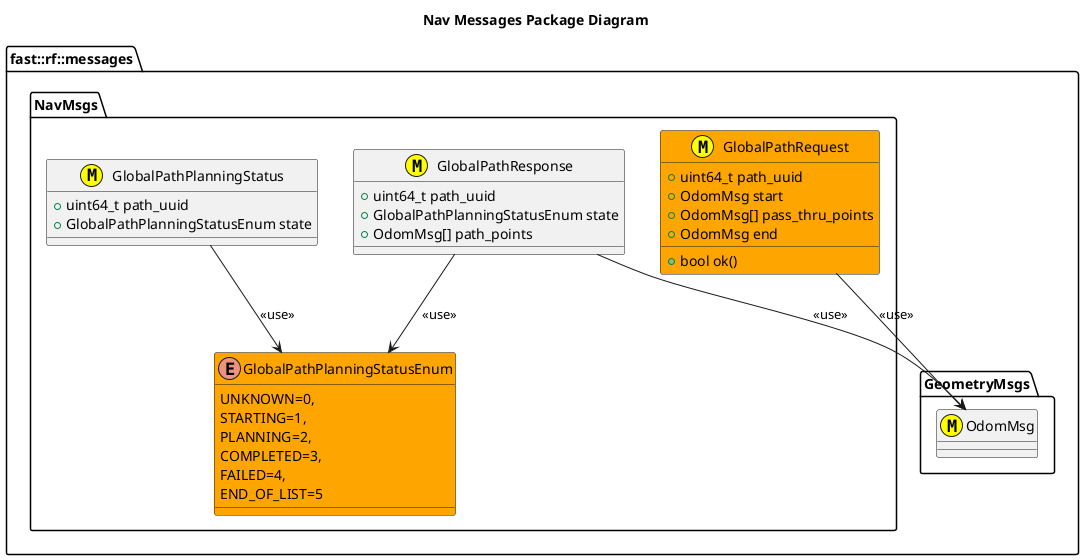
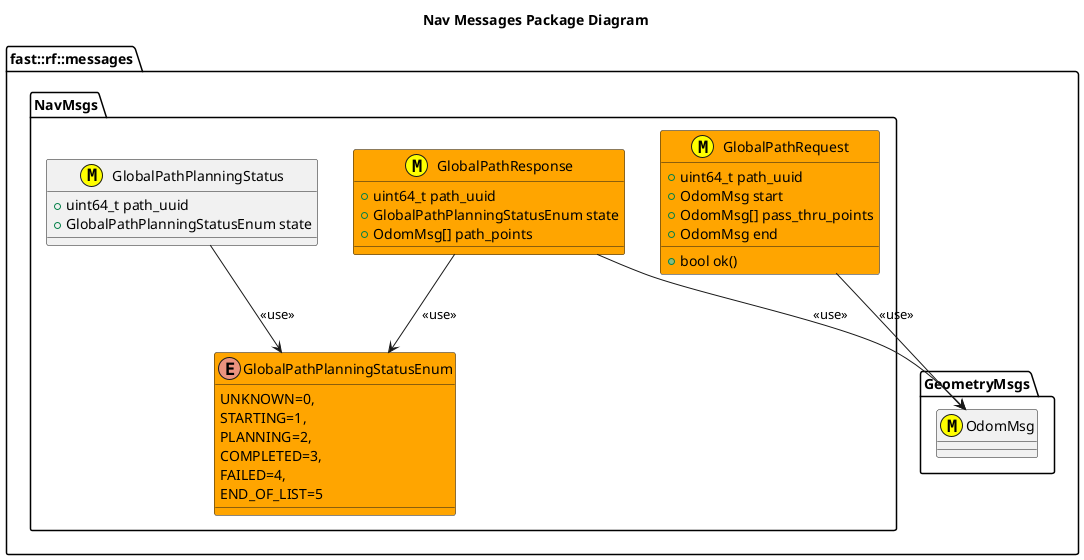
@startuml
title Nav Messages Package Diagram

namespace fast::rf::messages {
  namespace GeometryMsgs {
    class OdomMsg <<(M,#FFFF00)>>
  }
  namespace NavMsgs  {
    class GlobalPathRequest <<(M,#FFFF00)>> #Orange {
      +uint64_t path_uuid
      +OdomMsg start
      +OdomMsg[] pass_thru_points
      +OdomMsg end
      +bool ok()

    }
    enum GlobalPathPlanningStatusEnum #Orange
    {
      UNKNOWN=0,
      STARTING=1,
      PLANNING=2,
      COMPLETED=3,
      FAILED=4,
      END_OF_LIST=5

    }
    GlobalPathRequest --> OdomMsg: <<use>>
-     class GlobalPathResponse <<(M,#FFFF00)>> {
+     class GlobalPathResponse <<(M,#FFFF00)>> #Orange {
      +uint64_t path_uuid
      +GlobalPathPlanningStatusEnum state
      +OdomMsg[] path_points
    }
    GlobalPathResponse --> OdomMsg: <<use>>
    GlobalPathResponse --> GlobalPathPlanningStatusEnum: <<use>>
    class GlobalPathPlanningStatus <<(M,#FFFF00)>> {
      +uint64_t path_uuid
      +GlobalPathPlanningStatusEnum state
    }
    GlobalPathPlanningStatus --> GlobalPathPlanningStatusEnum: <<use>>
  }
}
@enduml